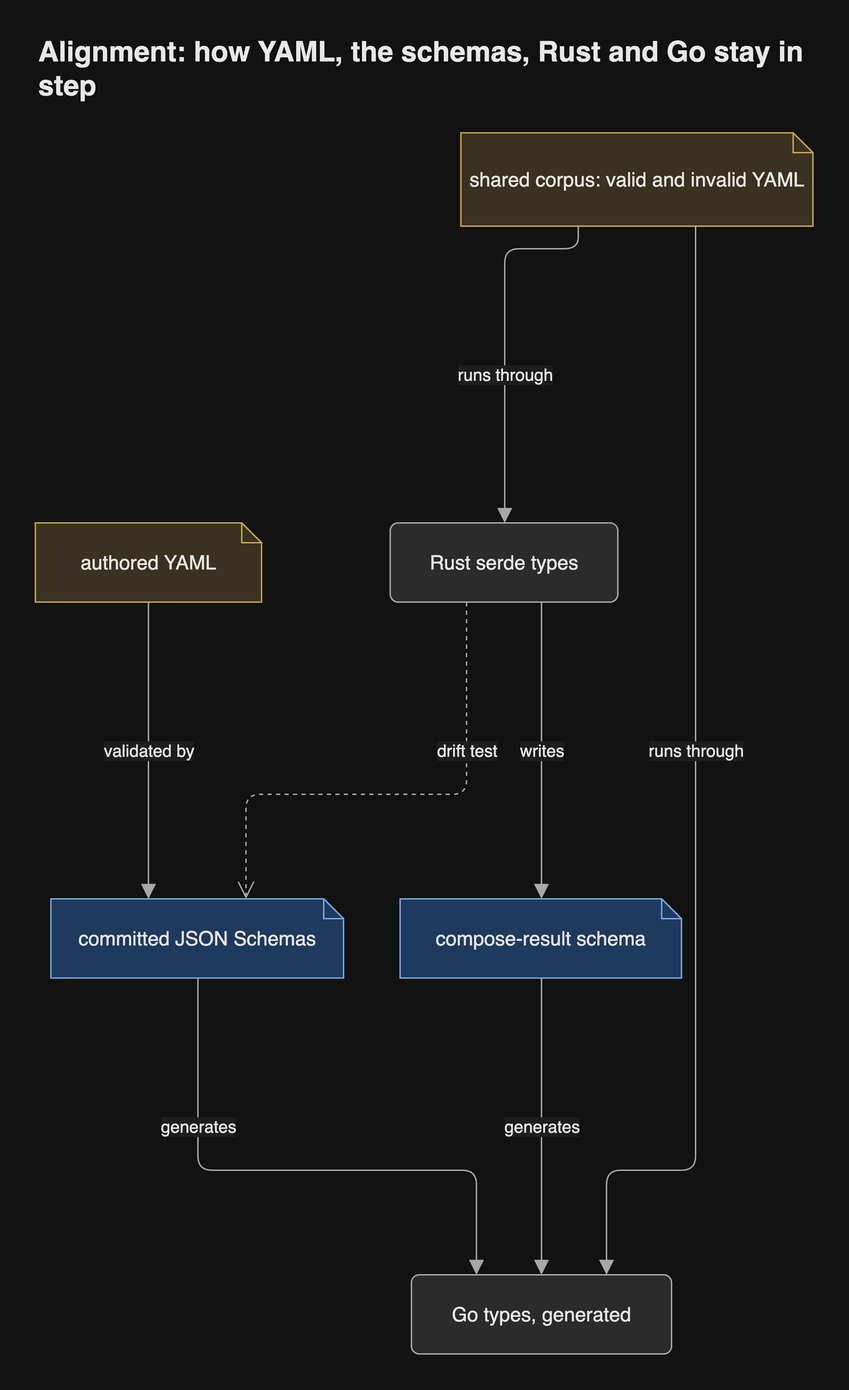
The draw.io diagram docs/diagrams/png/alignment.png in JorisJonkers-dev/estate-kit, before a commit. Source tidied: cells renumbered, new cells last; positions are measured from the earlier drawing's top-left corner, leaving out a move shared by most shapes. Source of this version:
```xml
<mxGraphModel>
  <root>
    <mxCell id="0" />
    <mxCell id="1" parent="0" />
    <mxCell id="2" value="authored YAML" style="shape=note;size=14;html=1;whiteSpace=wrap;fontSize=14;fontColor=light-dark(#1a1a1a,#e8e8e8);fillColor=light-dark(#fff2cc,#3a3220);strokeColor=light-dark(#d6b656,#c9a74a);fontFamily=Helvetica;" parent="1" vertex="1">
      <mxGeometry y="340" width="160" height="56" as="geometry" />
    </mxCell>
    <mxCell id="3" value="committed JSON Schemas" style="shape=note;size=14;html=1;whiteSpace=wrap;fontSize=14;fontColor=light-dark(#1a1a1a,#e8e8e8);fillColor=light-dark(#dae8fc,#1f3a5f);strokeColor=light-dark(#6c8ebf,#7aa7e0);fontFamily=Helvetica;" parent="1" vertex="1">
      <mxGeometry x="11" y="606" width="207" height="56" as="geometry" />
    </mxCell>
    <mxCell id="4" value="Rust serde types" style="rounded=1;arcSize=10;html=1;whiteSpace=wrap;fontSize=14;fontColor=light-dark(#1a1a1a,#e8e8e8);fillColor=light-dark(#f5f5f5,#2b2b2b);strokeColor=light-dark(#666666,#a8a8a8);fontFamily=Helvetica;" parent="1" vertex="1">
      <mxGeometry x="251" y="340" width="161" height="56" as="geometry" />
    </mxCell>
    <mxCell id="5" value="Go types, generated" style="rounded=1;arcSize=10;html=1;whiteSpace=wrap;fontSize=14;fontColor=light-dark(#1a1a1a,#e8e8e8);fillColor=light-dark(#f5f5f5,#2b2b2b);strokeColor=light-dark(#666666,#a8a8a8);fontFamily=Helvetica;" parent="1" vertex="1">
      <mxGeometry x="266" y="872" width="184" height="56" as="geometry" />
    </mxCell>
    <mxCell id="6" value="shared corpus: valid and invalid YAML" style="shape=note;size=14;html=1;whiteSpace=wrap;fontSize=14;fontColor=light-dark(#1a1a1a,#e8e8e8);fillColor=light-dark(#fff2cc,#3a3220);strokeColor=light-dark(#d6b656,#c9a74a);fontFamily=Helvetica;" parent="1" vertex="1">
      <mxGeometry x="301" y="64" width="249" height="66" as="geometry" />
    </mxCell>
    <mxCell id="7" value="compose-result schema" style="shape=note;size=14;html=1;whiteSpace=wrap;fontSize=14;fontColor=light-dark(#1a1a1a,#e8e8e8);fillColor=light-dark(#dae8fc,#1f3a5f);strokeColor=light-dark(#6c8ebf,#7aa7e0);fontFamily=Helvetica;" parent="1" vertex="1">
      <mxGeometry x="258" y="606" width="199" height="56" as="geometry" />
    </mxCell>
    <mxCell id="8" value="validated by" style="html=1;rounded=1;fontSize=14;fontSize=12;fontColor=light-dark(#1a1a1a,#e8e8e8);strokeColor=light-dark(#666666,#a8a8a8);endArrow=block;endFill=1;endSize=8;curved=0;exitX=0.5;exitY=1;entryX=0.3333;entryY=0;edgeStyle=orthogonalEdgeStyle;fontFamily=Helvetica;labelBackgroundColor=light-dark(#ffffff,#1e1e1e);" parent="1" edge="1" source="2" target="3">
      <mxGeometry relative="1" as="geometry">
        <Array as="points">
          <mxPoint x="80" y="501" />
        </Array>
      </mxGeometry>
    </mxCell>
    <mxCell id="9" value="drift test" style="html=1;rounded=1;fontSize=14;fontSize=12;fontColor=light-dark(#1a1a1a,#e8e8e8);strokeColor=light-dark(#666666,#a8a8a8);endArrow=open;endSize=10;dashed=1;curved=0;exitX=0.3354;exitY=1;entryX=0.6667;entryY=0;edgeStyle=orthogonalEdgeStyle;fontFamily=Helvetica;labelBackgroundColor=light-dark(#ffffff,#1e1e1e);" parent="1" edge="1" source="4" target="3">
      <mxGeometry relative="1" as="geometry">
        <Array as="points">
          <mxPoint x="305" y="532" />
          <mxPoint x="149" y="532" />
        </Array>
        <mxPoint x="47" y="-31" as="offset" />
      </mxGeometry>
    </mxCell>
    <mxCell id="10" value="generates" style="html=1;rounded=1;fontSize=14;fontSize=12;fontColor=light-dark(#1a1a1a,#e8e8e8);strokeColor=light-dark(#666666,#a8a8a8);endArrow=block;endFill=1;endSize=8;curved=0;exitX=0.5024;exitY=1;entryX=0.25;entryY=0;edgeStyle=orthogonalEdgeStyle;fontFamily=Helvetica;labelBackgroundColor=light-dark(#ffffff,#1e1e1e);" parent="1" edge="1" source="3" target="5">
      <mxGeometry relative="1" as="geometry">
        <Array as="points">
          <mxPoint x="115" y="798" />
          <mxPoint x="312" y="798" />
        </Array>
        <mxPoint x="-67.5" y="-31" as="offset" />
      </mxGeometry>
    </mxCell>
    <mxCell id="11" value="runs through" style="html=1;rounded=1;fontSize=14;fontSize=12;fontColor=light-dark(#1a1a1a,#e8e8e8);strokeColor=light-dark(#666666,#a8a8a8);endArrow=block;endFill=1;endSize=8;curved=0;exitX=0.3333;exitY=1;entryX=0.5031;entryY=0;edgeStyle=orthogonalEdgeStyle;fontFamily=Helvetica;labelBackgroundColor=light-dark(#ffffff,#1e1e1e);" parent="1" edge="1" source="6" target="4">
      <mxGeometry relative="1" as="geometry">
        <Array as="points">
          <mxPoint x="384" y="146" />
          <mxPoint x="332" y="146" />
        </Array>
        <mxPoint y="26" as="offset" />
      </mxGeometry>
    </mxCell>
    <mxCell id="12" value="runs through" style="html=1;rounded=1;fontSize=14;fontSize=12;fontColor=light-dark(#1a1a1a,#e8e8e8);strokeColor=light-dark(#666666,#a8a8a8);endArrow=block;endFill=1;endSize=8;curved=0;exitX=0.6667;exitY=1;entryX=0.75;entryY=0;edgeStyle=orthogonalEdgeStyle;fontFamily=Helvetica;labelBackgroundColor=light-dark(#ffffff,#1e1e1e);" parent="1" edge="1" source="6" target="5">
      <mxGeometry relative="1" as="geometry">
        <Array as="points">
          <mxPoint x="467" y="235" />
          <mxPoint x="467" y="798" />
          <mxPoint x="404" y="798" />
        </Array>
        <mxPoint y="-31.5" as="offset" />
      </mxGeometry>
    </mxCell>
    <mxCell id="13" value="writes" style="html=1;rounded=1;fontSize=14;fontSize=12;fontColor=light-dark(#1a1a1a,#e8e8e8);strokeColor=light-dark(#666666,#a8a8a8);endArrow=block;endFill=1;endSize=8;curved=0;exitX=0.6646;exitY=1;entryX=0.5025;entryY=0;edgeStyle=orthogonalEdgeStyle;fontFamily=Helvetica;labelBackgroundColor=light-dark(#ffffff,#1e1e1e);" parent="1" edge="1" source="4" target="7">
      <mxGeometry relative="1" as="geometry">
        <Array as="points">
          <mxPoint x="358" y="501" />
        </Array>
      </mxGeometry>
    </mxCell>
    <mxCell id="14" value="generates" style="html=1;rounded=1;fontSize=14;fontSize=12;fontColor=light-dark(#1a1a1a,#e8e8e8);strokeColor=light-dark(#666666,#a8a8a8);endArrow=block;endFill=1;endSize=8;curved=0;exitX=0.5025;exitY=1;entryX=0.5;entryY=0;edgeStyle=orthogonalEdgeStyle;fontFamily=Helvetica;labelBackgroundColor=light-dark(#ffffff,#1e1e1e);" parent="1" edge="1" source="7" target="5">
      <mxGeometry relative="1" as="geometry">
        <Array as="points">
          <mxPoint x="358" y="767" />
        </Array>
      </mxGeometry>
    </mxCell>
    <mxCell id="15" value="Alignment: how YAML, the schemas, Rust and Go stay in step" style="text;html=1;whiteSpace=wrap;align=left;verticalAlign=middle;fontSize=20;fontStyle=1;fontColor=light-dark(#1a1a1a,#e8e8e8);fontFamily=Helvetica;" parent="1" vertex="1">
      <mxGeometry width="550" height="36" as="geometry" />
    </mxCell>
  </root>
</mxGraphModel>
```
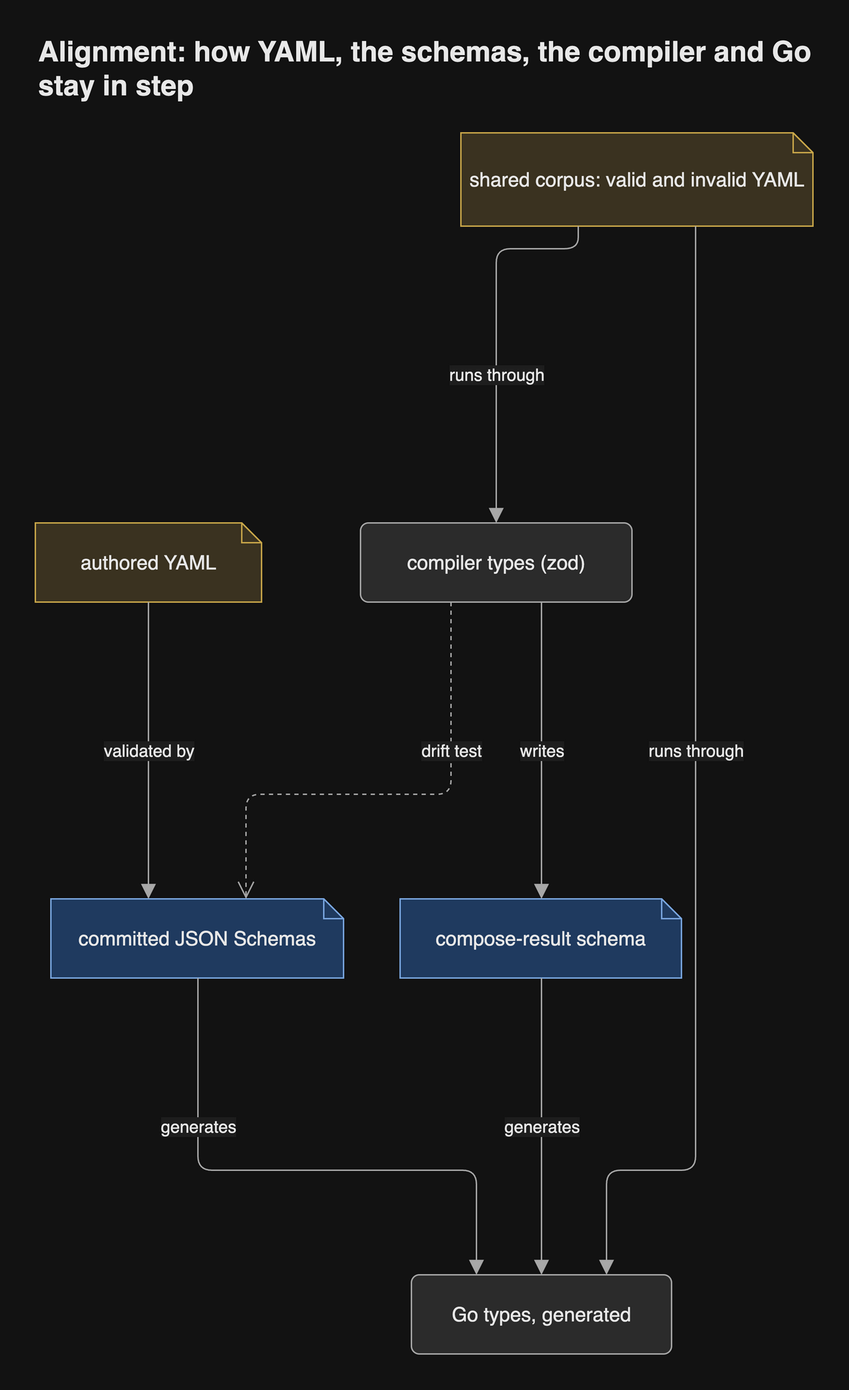
Above is the later version.

Change to the diagram source:
```diff
@@ -8,8 +8,8 @@
     <mxCell id="3" value="committed JSON Schemas" style="shape=note;size=14;html=1;whiteSpace=wrap;fontSize=14;fontColor=light-dark(#1a1a1a,#e8e8e8);fillColor=light-dark(#dae8fc,#1f3a5f);strokeColor=light-dark(#6c8ebf,#7aa7e0);fontFamily=Helvetica;" parent="1" vertex="1">
       <mxGeometry x="11" y="606" width="207" height="56" as="geometry" />
     </mxCell>
-    <mxCell id="4" value="Rust serde types" style="rounded=1;arcSize=10;html=1;whiteSpace=wrap;fontSize=14;fontColor=light-dark(#1a1a1a,#e8e8e8);fillColor=light-dark(#f5f5f5,#2b2b2b);strokeColor=light-dark(#666666,#a8a8a8);fontFamily=Helvetica;" parent="1" vertex="1">
-      <mxGeometry x="251" y="340" width="161" height="56" as="geometry" />
+    <mxCell id="4" value="compiler types (zod)" style="rounded=1;arcSize=10;html=1;whiteSpace=wrap;fontSize=14;fontColor=light-dark(#1a1a1a,#e8e8e8);fillColor=light-dark(#f5f5f5,#2b2b2b);strokeColor=light-dark(#666666,#a8a8a8);fontFamily=Helvetica;" parent="1" vertex="1">
+      <mxGeometry x="230" y="340" width="192" height="56" as="geometry" />
     </mxCell>
     <mxCell id="5" value="Go types, generated" style="rounded=1;arcSize=10;html=1;whiteSpace=wrap;fontSize=14;fontColor=light-dark(#1a1a1a,#e8e8e8);fillColor=light-dark(#f5f5f5,#2b2b2b);strokeColor=light-dark(#666666,#a8a8a8);fontFamily=Helvetica;" parent="1" vertex="1">
       <mxGeometry x="266" y="872" width="184" height="56" as="geometry" />
@@ -27,13 +27,13 @@
         </Array>
       </mxGeometry>
     </mxCell>
-    <mxCell id="9" value="drift test" style="html=1;rounded=1;fontSize=14;fontSize=12;fontColor=light-dark(#1a1a1a,#e8e8e8);strokeColor=light-dark(#666666,#a8a8a8);endArrow=open;endSize=10;dashed=1;curved=0;exitX=0.3354;exitY=1;entryX=0.6667;entryY=0;edgeStyle=orthogonalEdgeStyle;fontFamily=Helvetica;labelBackgroundColor=light-dark(#ffffff,#1e1e1e);" parent="1" edge="1" source="4" target="3">
+    <mxCell id="9" value="drift test" style="html=1;rounded=1;fontSize=14;fontSize=12;fontColor=light-dark(#1a1a1a,#e8e8e8);strokeColor=light-dark(#666666,#a8a8a8);endArrow=open;endSize=10;dashed=1;curved=0;exitX=0.3333;exitY=1;entryX=0.6667;entryY=0;edgeStyle=orthogonalEdgeStyle;fontFamily=Helvetica;labelBackgroundColor=light-dark(#ffffff,#1e1e1e);" parent="1" edge="1" source="4" target="3">
       <mxGeometry relative="1" as="geometry">
         <Array as="points">
-          <mxPoint x="305" y="532" />
+          <mxPoint x="294" y="532" />
           <mxPoint x="149" y="532" />
         </Array>
-        <mxPoint x="47" y="-31" as="offset" />
+        <mxPoint x="41.5" y="-31" as="offset" />
       </mxGeometry>
     </mxCell>
     <mxCell id="10" value="generates" style="html=1;rounded=1;fontSize=14;fontSize=12;fontColor=light-dark(#1a1a1a,#e8e8e8);strokeColor=light-dark(#666666,#a8a8a8);endArrow=block;endFill=1;endSize=8;curved=0;exitX=0.5024;exitY=1;entryX=0.25;entryY=0;edgeStyle=orthogonalEdgeStyle;fontFamily=Helvetica;labelBackgroundColor=light-dark(#ffffff,#1e1e1e);" parent="1" edge="1" source="3" target="5">
@@ -45,13 +45,13 @@
         <mxPoint x="-67.5" y="-31" as="offset" />
       </mxGeometry>
     </mxCell>
-    <mxCell id="11" value="runs through" style="html=1;rounded=1;fontSize=14;fontSize=12;fontColor=light-dark(#1a1a1a,#e8e8e8);strokeColor=light-dark(#666666,#a8a8a8);endArrow=block;endFill=1;endSize=8;curved=0;exitX=0.3333;exitY=1;entryX=0.5031;entryY=0;edgeStyle=orthogonalEdgeStyle;fontFamily=Helvetica;labelBackgroundColor=light-dark(#ffffff,#1e1e1e);" parent="1" edge="1" source="6" target="4">
+    <mxCell id="11" value="runs through" style="html=1;rounded=1;fontSize=14;fontSize=12;fontColor=light-dark(#1a1a1a,#e8e8e8);strokeColor=light-dark(#666666,#a8a8a8);endArrow=block;endFill=1;endSize=8;curved=0;exitX=0.3333;exitY=1;entryX=0.5;entryY=0;edgeStyle=orthogonalEdgeStyle;fontFamily=Helvetica;labelBackgroundColor=light-dark(#ffffff,#1e1e1e);" parent="1" edge="1" source="6" target="4">
       <mxGeometry relative="1" as="geometry">
         <Array as="points">
           <mxPoint x="384" y="146" />
-          <mxPoint x="332" y="146" />
+          <mxPoint x="326" y="146" />
         </Array>
-        <mxPoint y="26" as="offset" />
+        <mxPoint y="29" as="offset" />
       </mxGeometry>
     </mxCell>
     <mxCell id="12" value="runs through" style="html=1;rounded=1;fontSize=14;fontSize=12;fontColor=light-dark(#1a1a1a,#e8e8e8);strokeColor=light-dark(#666666,#a8a8a8);endArrow=block;endFill=1;endSize=8;curved=0;exitX=0.6667;exitY=1;entryX=0.75;entryY=0;edgeStyle=orthogonalEdgeStyle;fontFamily=Helvetica;labelBackgroundColor=light-dark(#ffffff,#1e1e1e);" parent="1" edge="1" source="6" target="5">
@@ -64,7 +64,7 @@
         <mxPoint y="-31.5" as="offset" />
       </mxGeometry>
     </mxCell>
-    <mxCell id="13" value="writes" style="html=1;rounded=1;fontSize=14;fontSize=12;fontColor=light-dark(#1a1a1a,#e8e8e8);strokeColor=light-dark(#666666,#a8a8a8);endArrow=block;endFill=1;endSize=8;curved=0;exitX=0.6646;exitY=1;entryX=0.5025;entryY=0;edgeStyle=orthogonalEdgeStyle;fontFamily=Helvetica;labelBackgroundColor=light-dark(#ffffff,#1e1e1e);" parent="1" edge="1" source="4" target="7">
+    <mxCell id="13" value="writes" style="html=1;rounded=1;fontSize=14;fontSize=12;fontColor=light-dark(#1a1a1a,#e8e8e8);strokeColor=light-dark(#666666,#a8a8a8);endArrow=block;endFill=1;endSize=8;curved=0;exitX=0.6667;exitY=1;entryX=0.5025;entryY=0;edgeStyle=orthogonalEdgeStyle;fontFamily=Helvetica;labelBackgroundColor=light-dark(#ffffff,#1e1e1e);" parent="1" edge="1" source="4" target="7">
       <mxGeometry relative="1" as="geometry">
         <Array as="points">
           <mxPoint x="358" y="501" />
@@ -78,7 +78,7 @@
         </Array>
       </mxGeometry>
     </mxCell>
-    <mxCell id="15" value="Alignment: how YAML, the schemas, Rust and Go stay in step" style="text;html=1;whiteSpace=wrap;align=left;verticalAlign=middle;fontSize=20;fontStyle=1;fontColor=light-dark(#1a1a1a,#e8e8e8);fontFamily=Helvetica;" parent="1" vertex="1">
+    <mxCell id="15" value="Alignment: how YAML, the schemas, the compiler and Go stay in step" style="text;html=1;whiteSpace=wrap;align=left;verticalAlign=middle;fontSize=20;fontStyle=1;fontColor=light-dark(#1a1a1a,#e8e8e8);fontFamily=Helvetica;" parent="1" vertex="1">
       <mxGeometry width="550" height="36" as="geometry" />
     </mxCell>
   </root>
```
